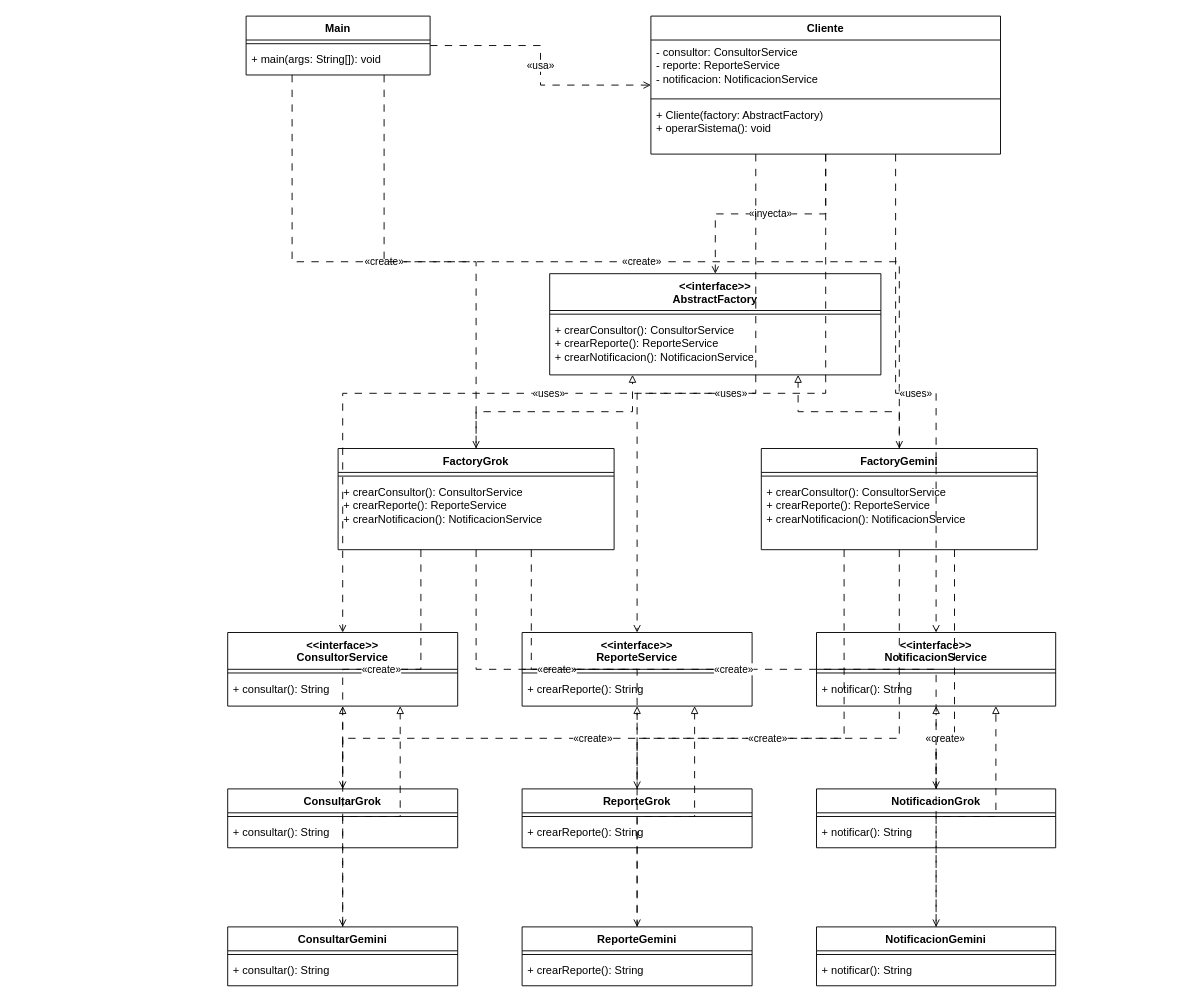
Before: patrones/abstract-factory/uml_despues.drawio in user-sysc/pattern-exercises, a draw.io diagram. Source tidied: cells renumbered, new cells numbered last; positions are measured from the earlier drawing's top-left corner, leaving out a move shared by most shapes. Both pictures are drawn from the tidied source at 92%, with x=0, y=0 at pixel (227, 16).
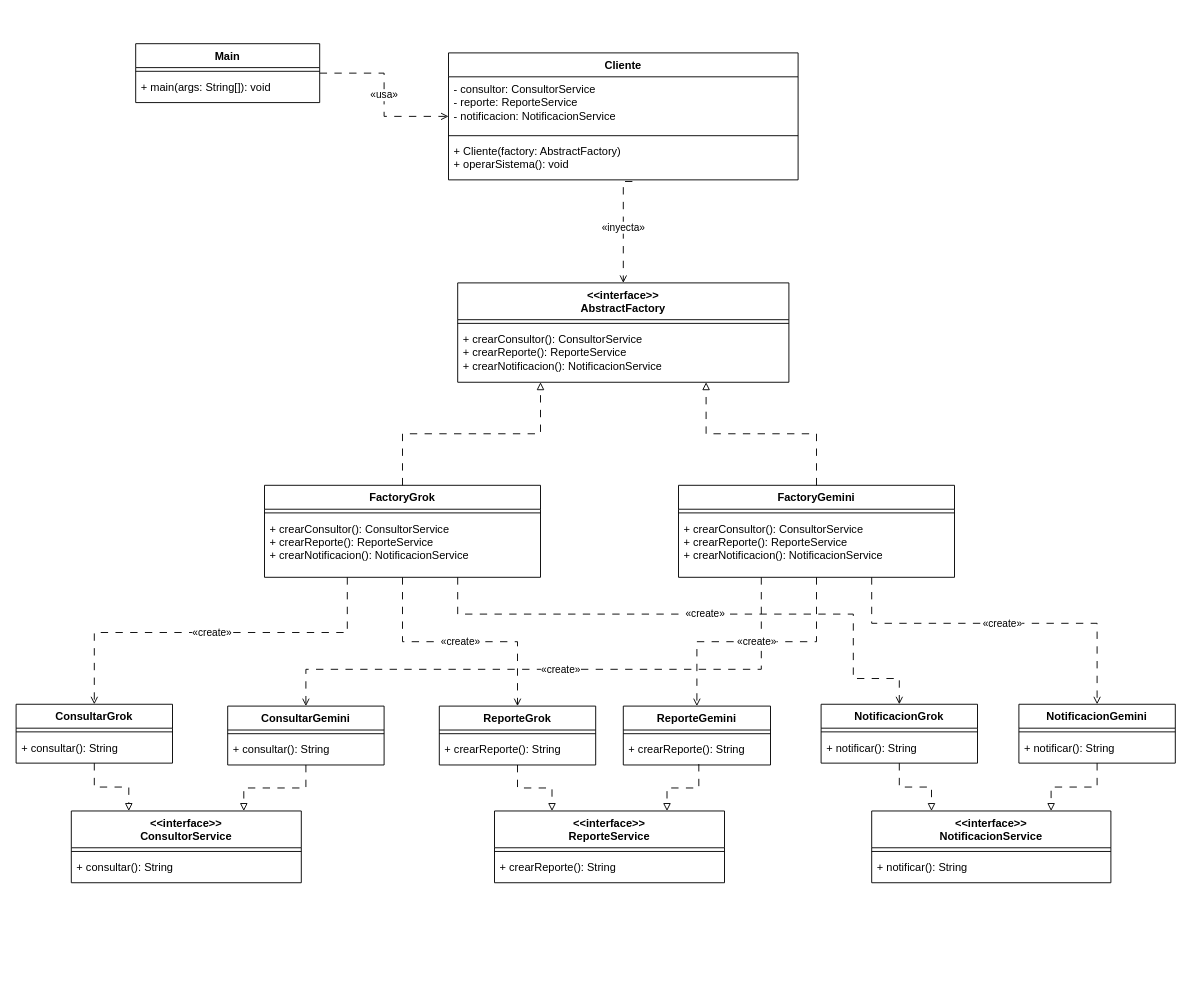
After the change.

The change refers to these unchanged cells:
```xml
<mxCell id="8" value="&lt;div&gt;+ Cliente(factory: AbstractFactory)&lt;/div&gt;&lt;div&gt;+ operarSistema(): void&lt;/div&gt;" style="text;strokeColor=none;fillColor=none;align=left;verticalAlign=top;spacingLeft=4;spacingRight=4;overflow=hidden;points=[[0,0.5],[1,0.5]];portConstraint=eastwest;whiteSpace=wrap;html=1;" parent="5" vertex="1">
  <mxGeometry y="94" width="380" height="44" as="geometry" />
</mxCell>
```

What changed in the source:
```diff
@@
     <mxCell id="2" value="Main" style="swimlane;fontStyle=1;align=center;verticalAlign=top;horizontal=1;startSize=26;whiteSpace=wrap;html=1;" parent="1" vertex="1">
-      <mxGeometry x="20" width="200" height="64" as="geometry" />
+      <mxGeometry x="-100" y="30" width="200" height="64" as="geometry" />
     </mxCell>
@@
     <mxCell id="5" value="Cliente" style="swimlane;fontStyle=1;align=center;verticalAlign=top;horizontal=1;startSize=26;whiteSpace=wrap;html=1;" parent="1" vertex="1">
-      <mxGeometry x="460" width="380" height="150" as="geometry" />
+      <mxGeometry x="240" y="40" width="380" height="138" as="geometry" />
     </mxCell>
@@
     <mxCell id="9" value="&amp;lt;&amp;lt;interface&amp;gt;&amp;gt;&lt;br&gt;AbstractFactory" style="swimlane;fontStyle=1;align=center;verticalAlign=top;horizontal=1;startSize=40;whiteSpace=wrap;html=1;" parent="1" vertex="1">
-      <mxGeometry x="350" y="280" width="360" height="110" as="geometry" />
+      <mxGeometry x="250" y="290" width="360" height="108" as="geometry" />
     </mxCell>
@@
     <mxCell id="12" value="FactoryGrok" style="swimlane;fontStyle=1;align=center;verticalAlign=top;horizontal=1;startSize=26;whiteSpace=wrap;html=1;" parent="1" vertex="1">
-      <mxGeometry x="120" y="470" width="300" height="110" as="geometry" />
+      <mxGeometry x="40" y="510" width="300" height="100" as="geometry" />
     </mxCell>
@@
     <mxCell id="15" value="FactoryGemini" style="swimlane;fontStyle=1;align=center;verticalAlign=top;horizontal=1;startSize=26;whiteSpace=wrap;html=1;" parent="1" vertex="1">
-      <mxGeometry x="580" y="470" width="300" height="110" as="geometry" />
+      <mxGeometry x="490" y="510" width="300" height="100" as="geometry" />
     </mxCell>
@@
     <mxCell id="18" value="&amp;lt;&amp;lt;interface&amp;gt;&amp;gt;&lt;br&gt;ConsultorService" style="swimlane;fontStyle=1;align=center;verticalAlign=top;horizontal=1;startSize=40;whiteSpace=wrap;html=1;" parent="1" vertex="1">
-      <mxGeometry y="670" width="250" height="80" as="geometry" />
+      <mxGeometry x="-170" y="864" width="250" height="78" as="geometry" />
     </mxCell>
@@
     <mxCell id="21" value="&amp;lt;&amp;lt;interface&amp;gt;&amp;gt;&lt;br&gt;ReporteService" style="swimlane;fontStyle=1;align=center;verticalAlign=top;horizontal=1;startSize=40;whiteSpace=wrap;html=1;" parent="1" vertex="1">
-      <mxGeometry x="320" y="670" width="250" height="80" as="geometry" />
+      <mxGeometry x="290" y="864" width="250" height="78" as="geometry" />
     </mxCell>
@@
     <mxCell id="24" value="&amp;lt;&amp;lt;interface&amp;gt;&amp;gt;&lt;br&gt;NotificacionService" style="swimlane;fontStyle=1;align=center;verticalAlign=top;horizontal=1;startSize=40;whiteSpace=wrap;html=1;" parent="1" vertex="1">
-      <mxGeometry x="640" y="670" width="260" height="80" as="geometry" />
+      <mxGeometry x="700" y="864" width="260" height="78" as="geometry" />
     </mxCell>
@@
     <mxCell id="27" value="ConsultarGrok" style="swimlane;fontStyle=1;align=center;verticalAlign=top;horizontal=1;startSize=26;whiteSpace=wrap;html=1;" parent="1" vertex="1">
-      <mxGeometry y="840" width="250" height="64" as="geometry" />
+      <mxGeometry x="-230" y="748" width="170" height="64" as="geometry" />
     </mxCell>
     <mxCell id="28" style="line;strokeWidth=1;fillColor=none;align=left;verticalAlign=middle;spacingTop=-1;spacingLeft=3;spacingRight=3;labelPosition=right;strokeColor=inherit;" parent="27" vertex="1">
-      <mxGeometry y="26" width="250" height="8" as="geometry" />
+      <mxGeometry y="26" width="170" height="8" as="geometry" />
     </mxCell>
     <mxCell id="29" value="+ consultar(): String" style="text;strokeColor=none;fillColor=none;align=left;verticalAlign=top;spacingLeft=4;spacingRight=4;overflow=hidden;whiteSpace=wrap;html=1;" parent="27" vertex="1">
-      <mxGeometry y="34" width="250" height="30" as="geometry" />
+      <mxGeometry y="34" width="170" height="30" as="geometry" />
     </mxCell>
     <mxCell id="30" value="ReporteGrok" style="swimlane;fontStyle=1;align=center;verticalAlign=top;horizontal=1;startSize=26;whiteSpace=wrap;html=1;" parent="1" vertex="1">
-      <mxGeometry x="320" y="840" width="250" height="64" as="geometry" />
+      <mxGeometry x="230" y="750" width="170" height="64" as="geometry" />
     </mxCell>
     <mxCell id="31" style="line;strokeWidth=1;fillColor=none;align=left;verticalAlign=middle;spacingTop=-1;spacingLeft=3;spacingRight=3;labelPosition=right;strokeColor=inherit;" parent="30" vertex="1">
-      <mxGeometry y="26" width="250" height="8" as="geometry" />
+      <mxGeometry y="26" width="170" height="8" as="geometry" />
     </mxCell>
     <mxCell id="32" value="+ crearReporte(): String" style="text;strokeColor=none;fillColor=none;align=left;verticalAlign=top;spacingLeft=4;spacingRight=4;overflow=hidden;whiteSpace=wrap;html=1;" parent="30" vertex="1">
-      <mxGeometry y="34" width="250" height="30" as="geometry" />
+      <mxGeometry y="34" width="170" height="30" as="geometry" />
     </mxCell>
     <mxCell id="33" value="NotificacionGrok" style="swimlane;fontStyle=1;align=center;verticalAlign=top;horizontal=1;startSize=26;whiteSpace=wrap;html=1;" parent="1" vertex="1">
-      <mxGeometry x="640" y="840" width="260" height="64" as="geometry" />
+      <mxGeometry x="645" y="748" width="170" height="64" as="geometry" />
     </mxCell>
     <mxCell id="34" style="line;strokeWidth=1;fillColor=none;align=left;verticalAlign=middle;spacingTop=-1;spacingLeft=3;spacingRight=3;labelPosition=right;strokeColor=inherit;" parent="33" vertex="1">
-      <mxGeometry y="26" width="260" height="8" as="geometry" />
+      <mxGeometry y="26" width="170" height="8" as="geometry" />
     </mxCell>
     <mxCell id="35" value="+ notificar(): String" style="text;strokeColor=none;fillColor=none;align=left;verticalAlign=top;spacingLeft=4;spacingRight=4;overflow=hidden;whiteSpace=wrap;html=1;" parent="33" vertex="1">
-      <mxGeometry y="34" width="260" height="30" as="geometry" />
+      <mxGeometry y="34" width="170" height="30" as="geometry" />
     </mxCell>
     <mxCell id="36" value="ConsultarGemini" style="swimlane;fontStyle=1;align=center;verticalAlign=top;horizontal=1;startSize=26;whiteSpace=wrap;html=1;" parent="1" vertex="1">
-      <mxGeometry y="990" width="250" height="64" as="geometry" />
+      <mxGeometry y="750" width="170" height="64" as="geometry" />
     </mxCell>
     <mxCell id="37" style="line;strokeWidth=1;fillColor=none;align=left;verticalAlign=middle;spacingTop=-1;spacingLeft=3;spacingRight=3;labelPosition=right;strokeColor=inherit;" parent="36" vertex="1">
-      <mxGeometry y="26" width="250" height="8" as="geometry" />
+      <mxGeometry y="26" width="170" height="8" as="geometry" />
     </mxCell>
     <mxCell id="38" value="+ consultar(): String" style="text;strokeColor=none;fillColor=none;align=left;verticalAlign=top;spacingLeft=4;spacingRight=4;overflow=hidden;whiteSpace=wrap;html=1;" parent="36" vertex="1">
-      <mxGeometry y="34" width="250" height="30" as="geometry" />
+      <mxGeometry y="34" width="170" height="30" as="geometry" />
     </mxCell>
     <mxCell id="39" value="ReporteGemini" style="swimlane;fontStyle=1;align=center;verticalAlign=top;horizontal=1;startSize=26;whiteSpace=wrap;html=1;" parent="1" vertex="1">
-      <mxGeometry x="320" y="990" width="250" height="64" as="geometry" />
+      <mxGeometry x="430" y="750" width="160" height="64" as="geometry" />
     </mxCell>
     <mxCell id="40" style="line;strokeWidth=1;fillColor=none;align=left;verticalAlign=middle;spacingTop=-1;spacingLeft=3;spacingRight=3;labelPosition=right;strokeColor=inherit;" parent="39" vertex="1">
-      <mxGeometry y="26" width="250" height="8" as="geometry" />
+      <mxGeometry y="26" width="160" height="8" as="geometry" />
     </mxCell>
     <mxCell id="41" value="+ crearReporte(): String" style="text;strokeColor=none;fillColor=none;align=left;verticalAlign=top;spacingLeft=4;spacingRight=4;overflow=hidden;points=[[0,0.5],[1,0.5]];portConstraint=eastwest;whiteSpace=wrap;html=1;" parent="39" vertex="1">
-      <mxGeometry y="34" width="250" height="30" as="geometry" />
+      <mxGeometry y="34" width="160" height="30" as="geometry" />
     </mxCell>
     <mxCell id="42" value="NotificacionGemini" style="swimlane;fontStyle=1;align=center;verticalAlign=top;horizontal=1;startSize=26;whiteSpace=wrap;html=1;" parent="1" vertex="1">
-      <mxGeometry x="640" y="990" width="260" height="64" as="geometry" />
+      <mxGeometry x="860" y="748" width="170" height="64" as="geometry" />
     </mxCell>
     <mxCell id="43" style="line;strokeWidth=1;fillColor=none;align=left;verticalAlign=middle;spacingTop=-1;spacingLeft=3;spacingRight=3;labelPosition=right;strokeColor=inherit;" parent="42" vertex="1">
-      <mxGeometry y="26" width="260" height="8" as="geometry" />
+      <mxGeometry y="26" width="170" height="8" as="geometry" />
     </mxCell>
     <mxCell id="44" value="+ notificar(): String" style="text;strokeColor=none;fillColor=none;align=left;verticalAlign=top;spacingLeft=4;spacingRight=4;overflow=hidden;whiteSpace=wrap;html=1;" parent="42" vertex="1">
-      <mxGeometry y="34" width="260" height="30" as="geometry" />
+      <mxGeometry y="34" width="170" height="30" as="geometry" />
     </mxCell>
@@
-    <mxCell id="46" value="«create»" style="edgeStyle=orthogonalEdgeStyle;rounded=0;jettySize=auto;html=1;exitX=0.25;exitY=1;exitDx=0;exitDy=0;entryX=0.5;entryY=0;entryDx=0;entryDy=0;endArrow=open;endFill=0;dashed=1;dashPattern=8 8;" parent="1" edge="1" source="2" target="12">
-      <mxGeometry relative="1" as="geometry" />
-    </mxCell>
-    <mxCell id="47" value="«create»" style="edgeStyle=orthogonalEdgeStyle;rounded=0;jettySize=auto;html=1;exitX=0.75;exitY=1;exitDx=0;exitDy=0;entryX=0.5;entryY=0;entryDx=0;entryDy=0;endArrow=open;endFill=0;dashed=1;dashPattern=8 8;" parent="1" edge="1" source="2" target="15">
-      <mxGeometry relative="1" as="geometry" />
-    </mxCell>
-    <mxCell id="48" value="«inyecta»" style="edgeStyle=orthogonalEdgeStyle;rounded=0;jettySize=auto;html=1;exitX=0.5;exitY=1;exitDx=0;exitDy=0;entryX=0.5;entryY=0;entryDx=0;entryDy=0;endArrow=open;endFill=0;dashed=1;dashPattern=8 8;" parent="1" edge="1" source="5" target="9">
-      <mxGeometry relative="1" as="geometry" />
+    <mxCell id="48" value="«inyecta»" style="edgeStyle=orthogonalEdgeStyle;rounded=0;jettySize=auto;html=1;entryX=0.5;entryY=0;entryDx=0;entryDy=0;endArrow=open;endFill=0;dashed=1;dashPattern=8 8;exitX=0.526;exitY=1.04;exitDx=0;exitDy=0;exitPerimeter=0;" parent="1" edge="1" source="8" target="9">
+      <mxGeometry relative="1" as="geometry">
+        <Array as="points">
+          <mxPoint x="430" y="179.8" />
+        </Array>
+      </mxGeometry>
     </mxCell>
@@
-    <mxCell id="51" value="«uses»" style="edgeStyle=orthogonalEdgeStyle;rounded=0;jettySize=auto;html=1;exitX=0.3;exitY=1;exitDx=0;exitDy=0;entryX=0.5;entryY=0;entryDx=0;entryDy=0;endArrow=open;endFill=0;dashed=1;dashPattern=8 8;" parent="1" edge="1" source="5" target="18">
-      <mxGeometry relative="1" as="geometry" />
-    </mxCell>
-    <mxCell id="52" value="«uses»" style="edgeStyle=orthogonalEdgeStyle;rounded=0;jettySize=auto;html=1;exitX=0.5;exitY=1;exitDx=0;exitDy=0;entryX=0.5;entryY=0;entryDx=0;entryDy=0;endArrow=open;endFill=0;dashed=1;dashPattern=8 8;" parent="1" edge="1" source="5" target="21">
-      <mxGeometry relative="1" as="geometry" />
-    </mxCell>
-    <mxCell id="53" value="«uses»" style="edgeStyle=orthogonalEdgeStyle;rounded=0;jettySize=auto;html=1;exitX=0.7;exitY=1;exitDx=0;exitDy=0;entryX=0.5;entryY=0;entryDx=0;entryDy=0;endArrow=open;endFill=0;dashed=1;dashPattern=8 8;" parent="1" edge="1" source="5" target="24">
-      <mxGeometry relative="1" as="geometry" />
-    </mxCell>
     <mxCell id="54" value="«create»" style="edgeStyle=orthogonalEdgeStyle;rounded=0;jettySize=auto;html=1;exitX=0.3;exitY=1;exitDx=0;exitDy=0;entryX=0.5;entryY=0;entryDx=0;entryDy=0;endArrow=open;endFill=0;dashed=1;dashPattern=8 8;" parent="1" edge="1" source="12" target="27">
-      <mxGeometry relative="1" as="geometry" />
+      <mxGeometry relative="1" as="geometry">
+        <Array as="points">
+          <mxPoint x="130" y="670" />
+          <mxPoint x="-145" y="670" />
+        </Array>
+      </mxGeometry>
     </mxCell>
@@
     <mxCell id="56" value="«create»" style="edgeStyle=orthogonalEdgeStyle;rounded=0;jettySize=auto;html=1;exitX=0.7;exitY=1;exitDx=0;exitDy=0;entryX=0.5;entryY=0;entryDx=0;entryDy=0;endArrow=open;endFill=0;dashed=1;dashPattern=8 8;" parent="1" edge="1" source="12" target="33">
-      <mxGeometry relative="1" as="geometry" />
+      <mxGeometry relative="1" as="geometry">
+        <Array as="points">
+          <mxPoint x="250" y="650" />
+          <mxPoint x="680" y="650" />
+          <mxPoint x="680" y="720" />
+          <mxPoint x="730" y="720" />
+        </Array>
+      </mxGeometry>
     </mxCell>
     <mxCell id="57" value="«create»" style="edgeStyle=orthogonalEdgeStyle;rounded=0;jettySize=auto;html=1;exitX=0.3;exitY=1;exitDx=0;exitDy=0;entryX=0.5;entryY=0;entryDx=0;entryDy=0;endArrow=open;endFill=0;dashed=1;dashPattern=8 8;" parent="1" edge="1" source="15" target="36">
-      <mxGeometry relative="1" as="geometry" />
+      <mxGeometry relative="1" as="geometry">
+        <Array as="points">
+          <mxPoint x="580" y="710" />
+          <mxPoint x="85" y="710" />
+        </Array>
+      </mxGeometry>
     </mxCell>
@@
     <mxCell id="59" value="«create»" style="edgeStyle=orthogonalEdgeStyle;rounded=0;jettySize=auto;html=1;exitX=0.7;exitY=1;exitDx=0;exitDy=0;entryX=0.5;entryY=0;entryDx=0;entryDy=0;endArrow=open;endFill=0;dashed=1;dashPattern=8 8;" parent="1" edge="1" source="15" target="42">
-      <mxGeometry relative="1" as="geometry" />
+      <mxGeometry relative="1" as="geometry">
+        <Array as="points">
+          <mxPoint x="700" y="660" />
+          <mxPoint x="945" y="660" />
+        </Array>
+      </mxGeometry>
     </mxCell>
-    <mxCell id="60" style="edgeStyle=orthogonalEdgeStyle;rounded=0;jettySize=auto;html=1;exitX=0.5;exitY=0;exitDx=0;exitDy=0;entryX=0.5;entryY=1;entryDx=0;entryDy=0;endArrow=block;endFill=0;dashed=1;dashPattern=8 8;" parent="1" edge="1" source="27" target="18">
+    <mxCell id="60" style="edgeStyle=orthogonalEdgeStyle;rounded=0;jettySize=auto;html=1;exitX=0.5;exitY=1;exitDx=0;exitDy=0;endArrow=block;endFill=0;dashed=1;dashPattern=8 8;entryX=0.25;entryY=0;entryDx=0;entryDy=0;" parent="1" edge="1" source="27" target="18">
       <mxGeometry relative="1" as="geometry" />
     </mxCell>
-    <mxCell id="61" style="edgeStyle=orthogonalEdgeStyle;rounded=0;jettySize=auto;html=1;exitX=0.5;exitY=0;exitDx=0;exitDy=0;entryX=0.5;entryY=1;entryDx=0;entryDy=0;endArrow=block;endFill=0;dashed=1;dashPattern=8 8;" parent="1" edge="1" source="30" target="21">
+    <mxCell id="61" style="edgeStyle=orthogonalEdgeStyle;rounded=0;jettySize=auto;html=1;exitX=0.5;exitY=1;exitDx=0;exitDy=0;entryX=0.25;entryY=0;entryDx=0;entryDy=0;endArrow=block;endFill=0;dashed=1;dashPattern=8 8;" parent="1" edge="1" source="30" target="21">
       <mxGeometry relative="1" as="geometry" />
     </mxCell>
-    <mxCell id="62" style="edgeStyle=orthogonalEdgeStyle;rounded=0;jettySize=auto;html=1;exitX=0.5;exitY=0;exitDx=0;exitDy=0;entryX=0.5;entryY=1;entryDx=0;entryDy=0;endArrow=block;endFill=0;dashed=1;dashPattern=8 8;" parent="1" edge="1" source="33" target="24">
+    <mxCell id="62" style="edgeStyle=orthogonalEdgeStyle;rounded=0;jettySize=auto;html=1;exitX=0.5;exitY=1;exitDx=0;exitDy=0;entryX=0.25;entryY=0;entryDx=0;entryDy=0;endArrow=block;endFill=0;dashed=1;dashPattern=8 8;" parent="1" edge="1" source="33" target="24">
       <mxGeometry relative="1" as="geometry" />
     </mxCell>
-    <mxCell id="63" style="edgeStyle=orthogonalEdgeStyle;rounded=0;jettySize=auto;html=1;exitX=0.5;exitY=0;exitDx=0;exitDy=0;entryX=0.75;entryY=1;entryDx=0;entryDy=0;endArrow=block;endFill=0;dashed=1;dashPattern=8 8;" parent="1" edge="1" source="36" target="18">
+    <mxCell id="63" style="edgeStyle=orthogonalEdgeStyle;rounded=0;jettySize=auto;html=1;exitX=0.5;exitY=1;exitDx=0;exitDy=0;entryX=0.75;entryY=0;entryDx=0;entryDy=0;endArrow=block;endFill=0;dashed=1;dashPattern=8 8;" parent="1" edge="1" source="36" target="18">
       <mxGeometry relative="1" as="geometry" />
     </mxCell>
-    <mxCell id="64" style="edgeStyle=orthogonalEdgeStyle;rounded=0;jettySize=auto;html=1;exitX=0.5;exitY=0;exitDx=0;exitDy=0;entryX=0.75;entryY=1;entryDx=0;entryDy=0;endArrow=block;endFill=0;dashed=1;dashPattern=8 8;" parent="1" edge="1" source="39" target="21">
+    <mxCell id="64" style="edgeStyle=orthogonalEdgeStyle;rounded=0;jettySize=auto;html=1;exitX=0.513;exitY=0.968;exitDx=0;exitDy=0;entryX=0.75;entryY=0;entryDx=0;entryDy=0;endArrow=block;endFill=0;dashed=1;dashPattern=8 8;exitPerimeter=0;" parent="1" edge="1" source="41" target="21">
       <mxGeometry relative="1" as="geometry" />
     </mxCell>
-    <mxCell id="65" style="edgeStyle=orthogonalEdgeStyle;rounded=0;jettySize=auto;html=1;exitX=0.5;exitY=0;exitDx=0;exitDy=0;entryX=0.75;entryY=1;entryDx=0;entryDy=0;endArrow=block;endFill=0;dashed=1;dashPattern=8 8;" parent="1" edge="1" source="42" target="24">
+    <mxCell id="65" style="edgeStyle=orthogonalEdgeStyle;rounded=0;jettySize=auto;html=1;exitX=0.5;exitY=1;exitDx=0;exitDy=0;entryX=0.75;entryY=0;entryDx=0;entryDy=0;endArrow=block;endFill=0;dashed=1;dashPattern=8 8;" parent="1" edge="1" source="42" target="24">
       <mxGeometry relative="1" as="geometry" />
     </mxCell>
```
